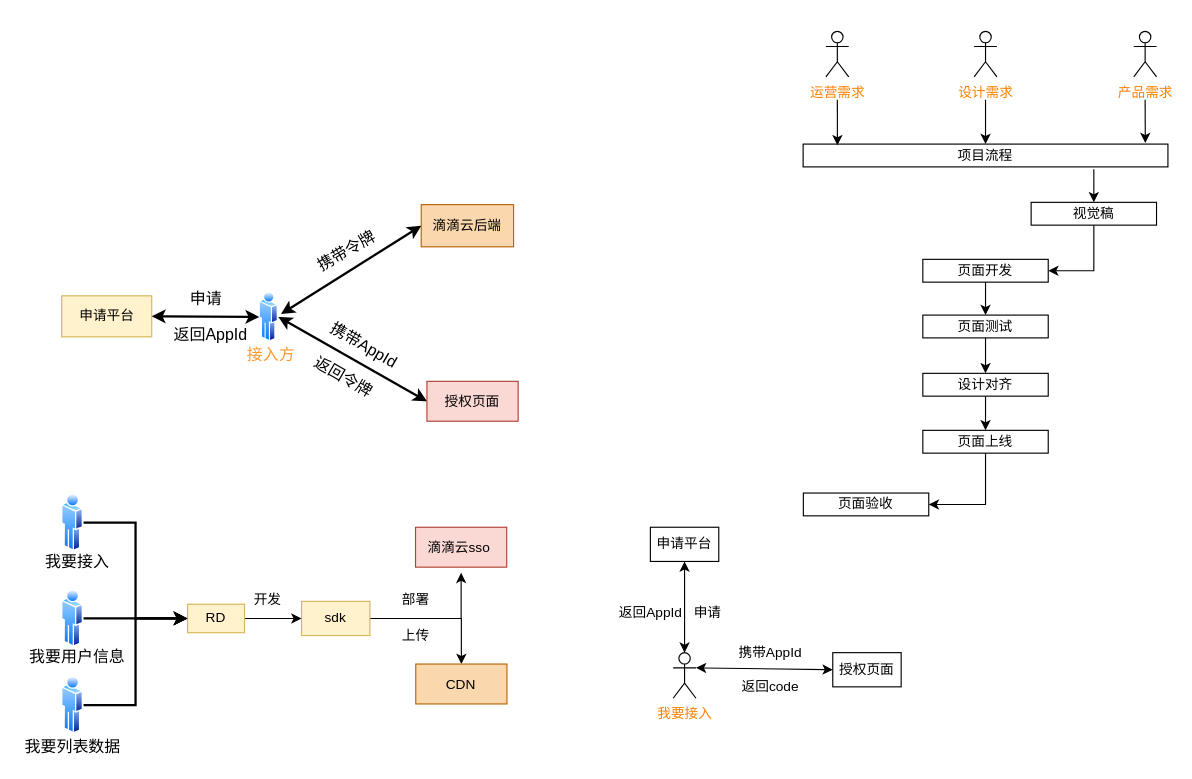
Earlier version of the draw.io diagram page "Page-1" (1 of 12) of Untitled Diagram.drawio (zyx1992/hexoDocs). Source tidied: cells renumbered, new cells numbered last; positions are measured from the earlier drawing's top-left corner, leaving out a move shared by most shapes. Both pictures are drawn from the tidied source at 114%, with x=0, y=0 at pixel (18, 31).
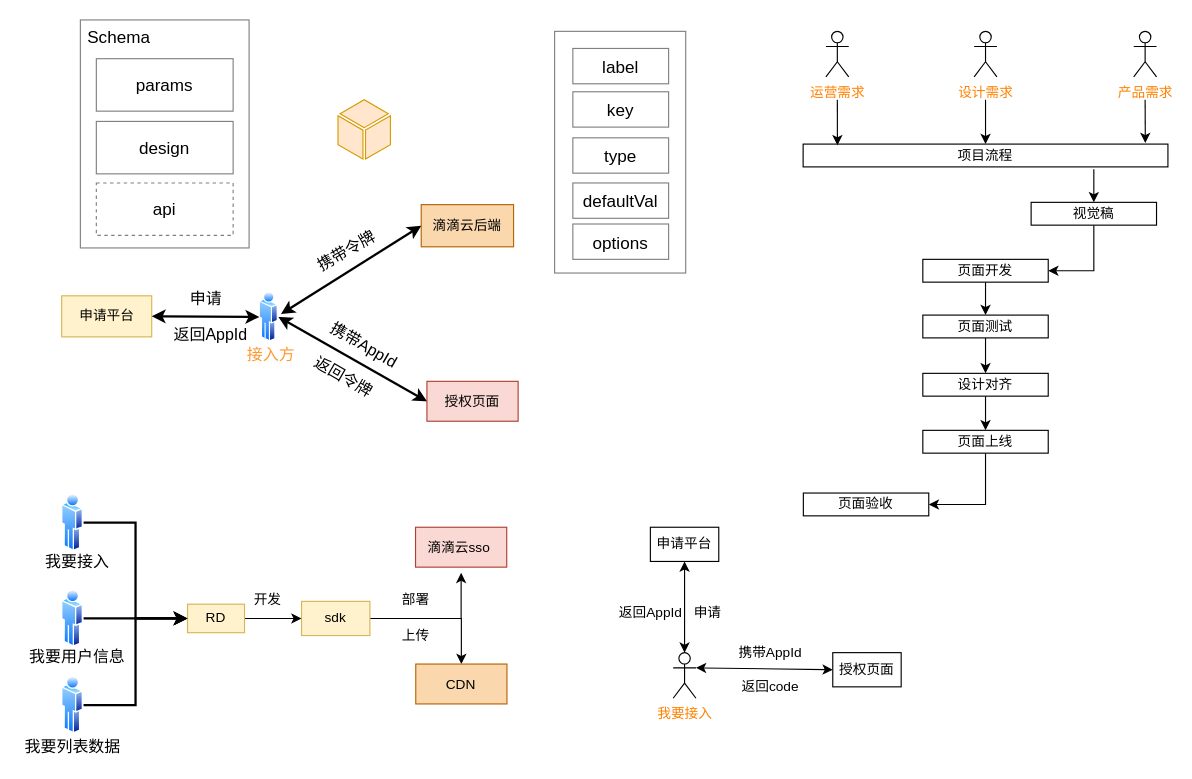
After the change.

What changed in the source:
```diff
@@
+    <mxCell id="62" style="rounded=0;whiteSpace=wrap;html=1;strokeColor=#808080;fillColor=none;fontSize=15;align=right;" parent="1" vertex="1">
+      <mxGeometry x="54" y="-10" width="148" height="200" as="geometry" />
+    </mxCell>
+    <mxCell id="63" style="shadow=0;dashed=0;html=1;strokeColor=#d79b00;labelPosition=center;verticalLabelPosition=bottom;verticalAlign=top;align=center;shape=mxgraph.office.concepts.node_generic;fillColor=#ffe6cc;fontSize=15;" parent="1" vertex="1">
+      <mxGeometry x="280" y="60" width="46" height="52" as="geometry" />
+    </mxCell>
+    <mxCell id="64" value="params" style="rounded=0;whiteSpace=wrap;html=1;strokeColor=#808080;fillColor=none;fontSize=15;align=center;" parent="1" vertex="1">
+      <mxGeometry x="68" y="24" width="120" height="46" as="geometry" />
+    </mxCell>
+    <mxCell id="65" value="design" style="rounded=0;whiteSpace=wrap;html=1;strokeColor=#808080;fillColor=none;fontSize=15;align=center;" parent="1" vertex="1">
+      <mxGeometry x="68" y="79" width="120" height="46" as="geometry" />
+    </mxCell>
+    <mxCell id="66" value="api" style="rounded=0;whiteSpace=wrap;html=1;strokeColor=#808080;fillColor=none;fontSize=15;align=center;dashed=1;" parent="1" vertex="1">
+      <mxGeometry x="68" y="133" width="120" height="46" as="geometry" />
+    </mxCell>
+    <mxCell id="67" value="Schema" style="text;html=1;strokeColor=none;fillColor=none;align=center;verticalAlign=middle;whiteSpace=wrap;rounded=0;dashed=1;fontSize=15;" parent="1" vertex="1">
+      <mxGeometry x="68" y="-5" width="40" height="20" as="geometry" />
+    </mxCell>
+    <mxCell id="68" style="rounded=0;whiteSpace=wrap;html=1;strokeColor=#808080;fillColor=none;fontSize=15;align=right;" parent="1" vertex="1">
+      <mxGeometry x="470" width="115" height="212" as="geometry" />
+    </mxCell>
+    <mxCell id="69" value="label" style="rounded=0;whiteSpace=wrap;html=1;strokeColor=#808080;fillColor=none;fontSize=15;align=center;" parent="1" vertex="1">
+      <mxGeometry x="486" y="15" width="84" height="31" as="geometry" />
+    </mxCell>
+    <mxCell id="70" value="key" style="rounded=0;whiteSpace=wrap;html=1;strokeColor=#808080;fillColor=none;fontSize=15;align=center;" parent="1" vertex="1">
+      <mxGeometry x="486" y="53" width="84" height="31" as="geometry" />
+    </mxCell>
+    <mxCell id="71" value="type" style="rounded=0;whiteSpace=wrap;html=1;strokeColor=#808080;fillColor=none;fontSize=15;align=center;" parent="1" vertex="1">
+      <mxGeometry x="486" y="93.4" width="84" height="31" as="geometry" />
+    </mxCell>
+    <mxCell id="72" value="defaultVal" style="rounded=0;whiteSpace=wrap;html=1;strokeColor=#808080;fillColor=none;fontSize=15;align=center;" parent="1" vertex="1">
+      <mxGeometry x="486" y="133" width="84" height="31" as="geometry" />
+    </mxCell>
+    <mxCell id="73" value="options" style="rounded=0;whiteSpace=wrap;html=1;strokeColor=#808080;fillColor=none;fontSize=15;align=center;" parent="1" vertex="1">
+      <mxGeometry x="486" y="169" width="84" height="31" as="geometry" />
+    </mxCell>
```
